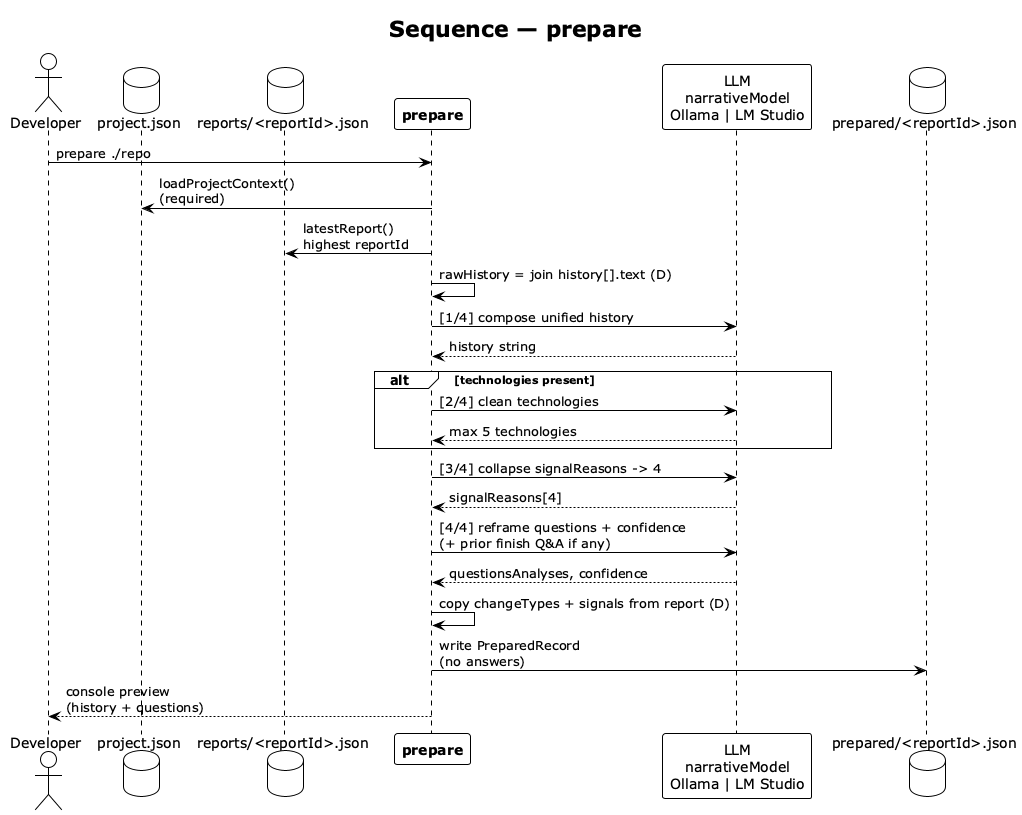
Earlier version of the PlantUML export img/prepare-sequence.png (vzakharchenko/dev-workgraph).
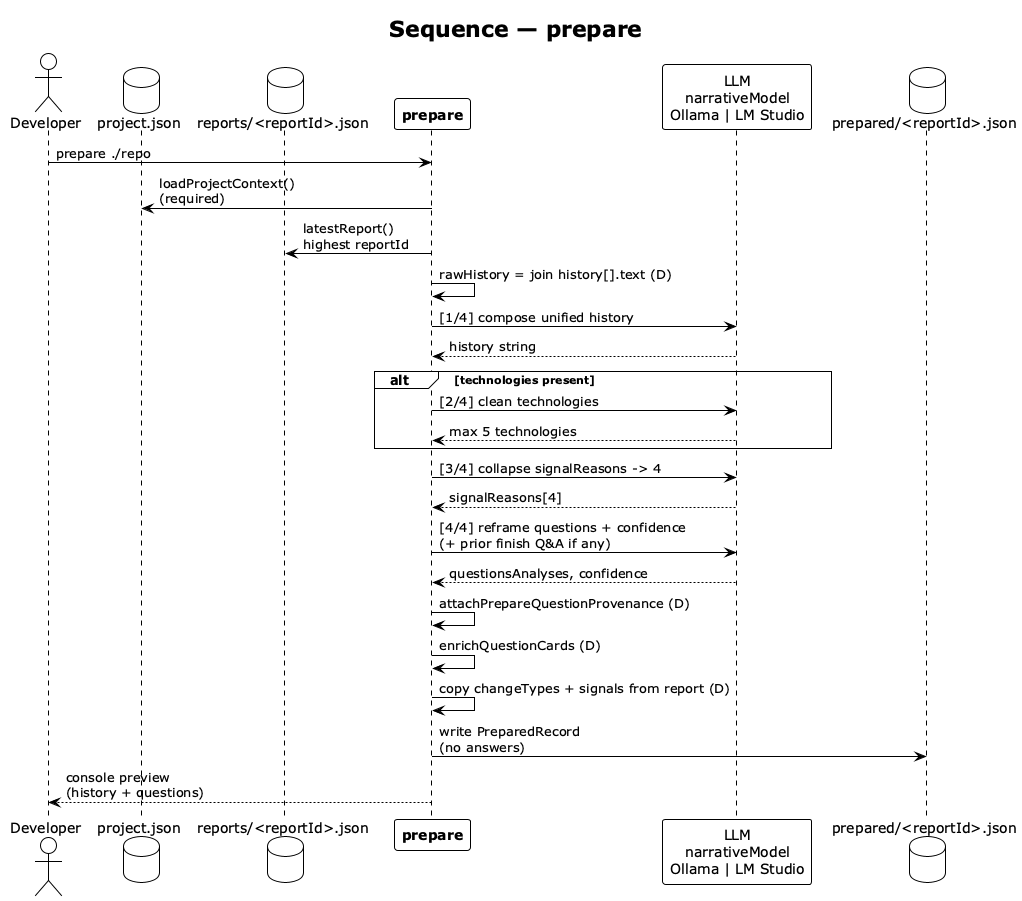
Later version of the same file.

Change to the diagram source:
```diff
@@ -32,6 +32,9 @@
 PRE -> LLM : [4/4] reframe questions + confidence\n(+ prior finish Q&A if any)
 LLM --> PRE : questionsAnalyses, confidence
 
+PRE -> PRE : attachPrepareQuestionProvenance (D)
+PRE -> PRE : enrichQuestionCards (D)
+
 PRE -> PRE : copy changeTypes + signals from report (D)
 
 PRE -> OUT : write PreparedRecord\n(no answers)
```
